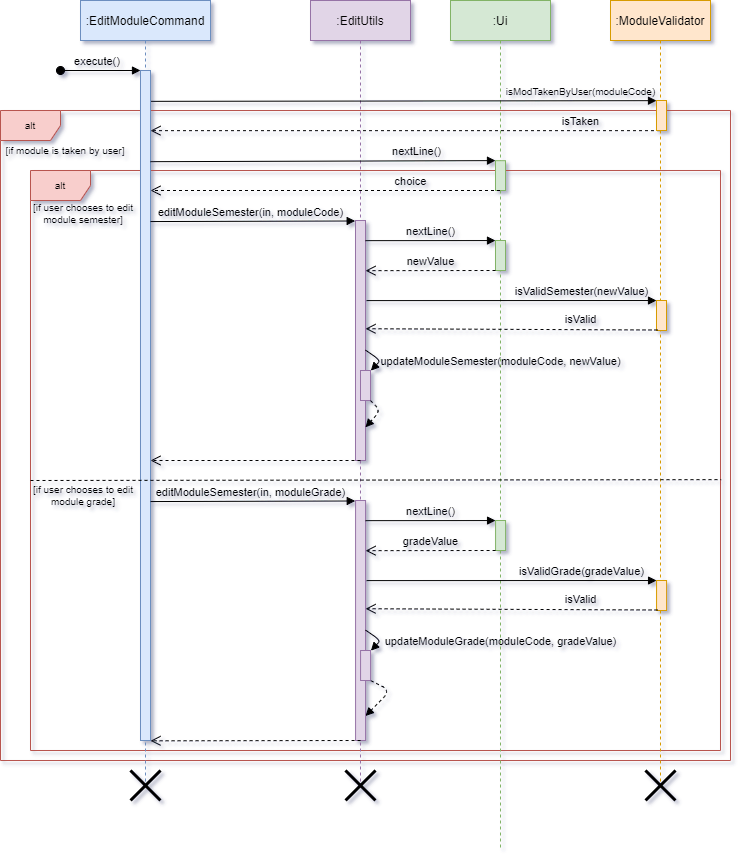
This is docs/images/DeveloperGuide/editModuleCommand_sequence.png from vanessa-kang/tp, a draw.io export, as it was before one commit. Source tidied: cells renumbered, new cells last; positions are measured from the earlier drawing's top-left corner, leaving out a move shared by most shapes. Its diagram source:
```xml
<mxGraphModel shadow="1">
  <root>
    <mxCell id="0" />
    <mxCell id="1" parent="0" />
    <mxCell id="2" value="alt" style="shape=umlFrame;whiteSpace=wrap;html=1;strokeWidth=1;fontSize=10;fillColor=#f8cecc;strokeColor=#b85450;" parent="1" vertex="1">
      <mxGeometry y="110" width="730" height="650" as="geometry" />
    </mxCell>
    <mxCell id="3" value="alt" style="shape=umlFrame;whiteSpace=wrap;html=1;strokeWidth=1;fontSize=10;fillColor=#f8cecc;strokeColor=#b85450;" parent="1" vertex="1">
      <mxGeometry x="30" y="170" width="690" height="580" as="geometry" />
    </mxCell>
    <mxCell id="4" value=":EditModuleCommand" style="shape=umlLifeline;perimeter=lifelinePerimeter;rounded=0;shadow=0;strokeWidth=1;fillColor=#dae8fc;strokeColor=#6c8ebf;" parent="1" vertex="1">
      <mxGeometry x="80" width="130" height="790" as="geometry" />
    </mxCell>
    <mxCell id="5" style="points=[];perimeter=orthogonalPerimeter;rounded=0;shadow=0;strokeWidth=1;fillColor=#dae8fc;strokeColor=#6c8ebf;" parent="4" vertex="1">
      <mxGeometry x="60" y="70" width="10" height="670" as="geometry" />
    </mxCell>
    <mxCell id="6" value="execute()" style="verticalAlign=bottom;startArrow=oval;endArrow=block;startSize=8;shadow=0;strokeWidth=1;labelBackgroundColor=none;" parent="4" edge="1" target="5">
      <mxGeometry x="-0.08" relative="1" as="geometry">
        <mxPoint x="-20" y="70" as="sourcePoint" />
      </mxGeometry>
    </mxCell>
    <mxCell id="7" style="shape=umlDestroy;whiteSpace=wrap;html=1;strokeWidth=3;fontSize=10;" parent="4" vertex="1">
      <mxGeometry x="50" y="770" width="30" height="30" as="geometry" />
    </mxCell>
    <mxCell id="8" value=":EditUtils" style="shape=umlLifeline;perimeter=lifelinePerimeter;rounded=0;shadow=0;strokeWidth=1;fillColor=#e1d5e7;strokeColor=#9673a6;" parent="1" vertex="1">
      <mxGeometry x="310" width="100" height="790" as="geometry" />
    </mxCell>
    <mxCell id="9" style="points=[];perimeter=orthogonalPerimeter;rounded=0;shadow=0;strokeWidth=1;fillColor=#e1d5e7;strokeColor=#9673a6;" parent="8" vertex="1">
      <mxGeometry x="45" y="220" width="10" height="240" as="geometry" />
    </mxCell>
    <mxCell id="10" style="shape=umlDestroy;whiteSpace=wrap;html=1;strokeWidth=3;fontSize=10;" parent="8" vertex="1">
      <mxGeometry x="35" y="770" width="30" height="30" as="geometry" />
    </mxCell>
    <mxCell id="11" value=":Ui" style="shape=umlLifeline;perimeter=lifelinePerimeter;rounded=0;shadow=0;strokeWidth=1;fillColor=#d5e8d4;strokeColor=#82b366;" parent="1" vertex="1">
      <mxGeometry x="450" width="100" height="850" as="geometry" />
    </mxCell>
    <mxCell id="12" style="points=[];perimeter=orthogonalPerimeter;rounded=0;shadow=0;strokeWidth=1;fillColor=#d5e8d4;strokeColor=#82b366;" parent="11" vertex="1">
      <mxGeometry x="45" y="160.2" width="10" height="29.8" as="geometry" />
    </mxCell>
    <mxCell id="13" style="points=[];perimeter=orthogonalPerimeter;rounded=0;shadow=0;strokeWidth=1;fillColor=#d5e8d4;strokeColor=#82b366;" parent="11" vertex="1">
      <mxGeometry x="45" y="240" width="10" height="30" as="geometry" />
    </mxCell>
    <mxCell id="14" value=":ModuleValidator" style="shape=umlLifeline;perimeter=lifelinePerimeter;rounded=0;shadow=0;strokeWidth=1;fillColor=#ffe6cc;strokeColor=#d79b00;" parent="1" vertex="1">
      <mxGeometry x="610" width="100" height="790" as="geometry" />
    </mxCell>
    <mxCell id="15" style="points=[];perimeter=orthogonalPerimeter;rounded=0;shadow=0;strokeWidth=1;fillColor=#ffe6cc;strokeColor=#d79b00;" parent="14" vertex="1">
      <mxGeometry x="46" y="300" width="10" height="30" as="geometry" />
    </mxCell>
    <mxCell id="16" style="points=[];perimeter=orthogonalPerimeter;rounded=0;shadow=0;strokeWidth=1;fillColor=#e1d5e7;strokeColor=#9673a6;" parent="14" vertex="1">
      <mxGeometry x="-254.9" y="500" width="10" height="240" as="geometry" />
    </mxCell>
    <mxCell id="17" style="points=[];perimeter=orthogonalPerimeter;rounded=0;shadow=0;strokeWidth=1;fillColor=#d5e8d4;strokeColor=#82b366;" parent="14" vertex="1">
      <mxGeometry x="-114.9" y="520" width="10" height="30" as="geometry" />
    </mxCell>
    <mxCell id="18" value="nextLine()" style="html=1;verticalAlign=bottom;endArrow=block;entryX=0;entryY=0.002;entryDx=0;entryDy=0;entryPerimeter=0;exitX=1;exitY=0.084;exitDx=0;exitDy=0;exitPerimeter=0;labelBackgroundColor=none;" parent="14" edge="1" source="16" target="17">
      <mxGeometry relative="1" as="geometry" />
    </mxCell>
    <mxCell id="19" style="points=[];perimeter=orthogonalPerimeter;rounded=0;shadow=0;strokeWidth=1;fillColor=#ffe6cc;strokeColor=#d79b00;" parent="14" vertex="1">
      <mxGeometry x="46.1" y="580" width="10" height="30" as="geometry" />
    </mxCell>
    <mxCell id="20" value="editModuleSemester(in, moduleGrade)" style="html=1;verticalAlign=bottom;endArrow=block;entryX=-0.033;entryY=0.002;entryDx=0;entryDy=0;entryPerimeter=0;labelBackgroundColor=none;" parent="14" edge="1" target="16">
      <mxGeometry x="-0.02" relative="1" as="geometry">
        <mxPoint x="-459.9" y="501.1" as="sourcePoint" />
      </mxGeometry>
    </mxCell>
    <mxCell id="21" value="isValid" style="verticalAlign=bottom;endArrow=open;dashed=1;endSize=8;html=1;entryX=1;entryY=0.451;entryDx=0;entryDy=0;entryPerimeter=0;labelBackgroundColor=none;" parent="14" edge="1" target="16">
      <mxGeometry x="-0.47" y="-1" relative="1" as="geometry">
        <mxPoint x="47.1" y="609.5" as="sourcePoint" />
      </mxGeometry>
    </mxCell>
    <mxCell id="22" value="isValidGrade(gradeValue)" style="html=1;verticalAlign=bottom;endArrow=block;entryX=0;entryY=0.001;entryDx=0;entryDy=0;entryPerimeter=0;exitX=0.497;exitY=0.443;exitDx=0;exitDy=0;exitPerimeter=0;labelBackgroundColor=none;" parent="14" edge="1" target="19">
      <mxGeometry x="0.48" relative="1" as="geometry">
        <mxPoint x="-243.9" y="580.1" as="sourcePoint" />
      </mxGeometry>
    </mxCell>
    <mxCell id="23" value="gradeValue" style="verticalAlign=bottom;endArrow=open;dashed=1;endSize=8;html=1;entryX=1;entryY=0.209;entryDx=0;entryDy=0;entryPerimeter=0;labelBackgroundColor=none;" parent="14" edge="1" target="16">
      <mxGeometry relative="1" as="geometry">
        <mxPoint x="-114.9" y="550" as="sourcePoint" />
      </mxGeometry>
    </mxCell>
    <mxCell id="24" style="points=[];perimeter=orthogonalPerimeter;rounded=0;shadow=0;strokeWidth=1;fillColor=#e1d5e7;strokeColor=#9673a6;" parent="14" vertex="1">
      <mxGeometry x="-249.9" y="650" width="10" height="30" as="geometry" />
    </mxCell>
    <mxCell id="25" value="updateModuleGrade(moduleCode, gradeValue)" style="html=1;verticalAlign=bottom;endArrow=block;entryX=1.033;entryY=0.006;entryDx=0;entryDy=0;entryPerimeter=0;exitX=1;exitY=0.54;exitDx=0;exitDy=0;exitPerimeter=0;labelBackgroundColor=none;" parent="14" edge="1" source="16" target="24">
      <mxGeometry x="0.13" y="120" relative="1" as="geometry">
        <Array as="points">
          <mxPoint x="-229.9" y="640" />
        </Array>
        <mxPoint x="33" y="-72" as="offset" />
      </mxGeometry>
    </mxCell>
    <mxCell id="26" style="verticalAlign=bottom;endArrow=open;dashed=1;endSize=8;html=1;entryX=0.993;entryY=0.697;entryDx=0;entryDy=0;entryPerimeter=0;" parent="14" edge="1">
      <mxGeometry relative="1" as="geometry">
        <mxPoint x="-249.9" y="740" as="sourcePoint" />
        <mxPoint x="-460" y="740.3" as="targetPoint" />
      </mxGeometry>
    </mxCell>
    <mxCell id="27" style="html=1;verticalAlign=bottom;endArrow=block;entryX=0.993;entryY=0.898;entryDx=0;entryDy=0;entryPerimeter=0;exitX=1.026;exitY=1.006;exitDx=0;exitDy=0;exitPerimeter=0;dashed=1;" parent="14" edge="1" source="24" target="16">
      <mxGeometry x="0.13" y="175" relative="1" as="geometry">
        <Array as="points">
          <mxPoint x="-220" y="690" />
        </Array>
        <mxPoint x="43" y="-81" as="offset" />
      </mxGeometry>
    </mxCell>
    <mxCell id="28" style="shape=umlDestroy;whiteSpace=wrap;html=1;strokeWidth=3;fontSize=10;" parent="14" vertex="1">
      <mxGeometry x="35" y="770" width="30" height="30" as="geometry" />
    </mxCell>
    <mxCell id="29" value="isModTakenByUser(moduleCode)" style="html=1;verticalAlign=bottom;endArrow=block;entryX=0;entryY=0.006;entryDx=0;entryDy=0;entryPerimeter=0;fontSize=10;labelBackgroundColor=none;" parent="1" edge="1" target="34">
      <mxGeometry x="0.7" relative="1" as="geometry">
        <mxPoint x="150.7" y="100.8" as="sourcePoint" />
      </mxGeometry>
    </mxCell>
    <mxCell id="30" value="isTaken" style="html=1;verticalAlign=bottom;endArrow=open;dashed=1;endSize=8;entryX=1.033;entryY=0.411;entryDx=0;entryDy=0;entryPerimeter=0;labelBackgroundColor=none;" parent="1" edge="1" source="14">
      <mxGeometry x="-0.69" relative="1" as="geometry">
        <mxPoint x="150" y="130.2" as="targetPoint" />
      </mxGeometry>
    </mxCell>
    <mxCell id="31" value="nextLine()" style="html=1;verticalAlign=bottom;endArrow=block;entryX=0;entryY=-0.002;entryDx=0;entryDy=0;entryPerimeter=0;labelBackgroundColor=none;" parent="1" edge="1" target="12">
      <mxGeometry x="0.54" relative="1" as="geometry">
        <mxPoint x="150" y="161.2" as="sourcePoint" />
      </mxGeometry>
    </mxCell>
    <mxCell id="32" value="choice" style="html=1;verticalAlign=bottom;endArrow=open;dashed=1;endSize=8;labelBackgroundColor=none;" parent="1" edge="1" source="11">
      <mxGeometry x="-0.48" relative="1" as="geometry">
        <mxPoint x="150" y="190" as="targetPoint" />
      </mxGeometry>
    </mxCell>
    <mxCell id="33" value="editModuleSemester(in, moduleCode)" style="html=1;verticalAlign=bottom;endArrow=block;entryX=-0.033;entryY=0.002;entryDx=0;entryDy=0;entryPerimeter=0;labelBackgroundColor=none;" parent="1" edge="1" target="9">
      <mxGeometry x="-0.02" relative="1" as="geometry">
        <mxPoint x="150" y="221.1" as="sourcePoint" />
      </mxGeometry>
    </mxCell>
    <mxCell id="34" style="points=[];perimeter=orthogonalPerimeter;rounded=0;shadow=0;strokeWidth=1;fillColor=#ffe6cc;strokeColor=#d79b00;" parent="1" vertex="1">
      <mxGeometry x="656" y="100" width="10" height="30" as="geometry" />
    </mxCell>
    <mxCell id="35" value="isValid" style="verticalAlign=bottom;endArrow=open;dashed=1;endSize=8;html=1;entryX=1;entryY=0.451;entryDx=0;entryDy=0;entryPerimeter=0;labelBackgroundColor=none;" parent="1" edge="1" target="9">
      <mxGeometry x="-0.47" y="-1" relative="1" as="geometry">
        <mxPoint x="657" y="329.5" as="sourcePoint" />
      </mxGeometry>
    </mxCell>
    <mxCell id="36" value="isValidSemester(newValue)" style="html=1;verticalAlign=bottom;endArrow=block;entryX=0;entryY=0.001;entryDx=0;entryDy=0;entryPerimeter=0;exitX=0.497;exitY=0.443;exitDx=0;exitDy=0;exitPerimeter=0;labelBackgroundColor=none;" parent="1" edge="1" target="15">
      <mxGeometry x="0.48" relative="1" as="geometry">
        <mxPoint x="366" y="300.1" as="sourcePoint" />
      </mxGeometry>
    </mxCell>
    <mxCell id="37" value="nextLine()" style="html=1;verticalAlign=bottom;endArrow=block;entryX=0;entryY=0.002;entryDx=0;entryDy=0;entryPerimeter=0;exitX=1;exitY=0.084;exitDx=0;exitDy=0;exitPerimeter=0;labelBackgroundColor=none;" parent="1" edge="1" source="9" target="13">
      <mxGeometry relative="1" as="geometry" />
    </mxCell>
    <mxCell id="38" value="newValue" style="verticalAlign=bottom;endArrow=open;dashed=1;endSize=8;html=1;entryX=1;entryY=0.209;entryDx=0;entryDy=0;entryPerimeter=0;labelBackgroundColor=none;" parent="1" edge="1" target="9">
      <mxGeometry relative="1" as="geometry">
        <mxPoint x="495" y="270" as="sourcePoint" />
      </mxGeometry>
    </mxCell>
    <mxCell id="39" style="points=[];perimeter=orthogonalPerimeter;rounded=0;shadow=0;strokeWidth=1;fillColor=#e1d5e7;strokeColor=#9673a6;" parent="1" vertex="1">
      <mxGeometry x="360" y="370" width="10" height="30" as="geometry" />
    </mxCell>
    <mxCell id="40" value="updateModuleSemester(moduleCode, newValue)" style="html=1;verticalAlign=bottom;endArrow=block;entryX=1.033;entryY=0.006;entryDx=0;entryDy=0;entryPerimeter=0;exitX=1;exitY=0.54;exitDx=0;exitDy=0;exitPerimeter=0;labelBackgroundColor=none;" parent="1" edge="1" source="9" target="39">
      <mxGeometry x="0.13" y="120" relative="1" as="geometry">
        <Array as="points">
          <mxPoint x="380" y="360" />
        </Array>
        <mxPoint x="33" y="-72" as="offset" />
      </mxGeometry>
    </mxCell>
    <mxCell id="41" style="html=1;verticalAlign=bottom;endArrow=block;entryX=0.994;entryY=0.862;entryDx=0;entryDy=0;entryPerimeter=0;exitX=1;exitY=0.084;exitDx=0;exitDy=0;exitPerimeter=0;dashed=1;" parent="1" edge="1" target="9">
      <mxGeometry x="-0.23" y="32" relative="1" as="geometry">
        <mxPoint x="370" y="400.1" as="sourcePoint" />
        <Array as="points">
          <mxPoint x="380" y="410" />
        </Array>
        <mxPoint x="6" y="-11" as="offset" />
      </mxGeometry>
    </mxCell>
    <mxCell id="42" style="verticalAlign=bottom;endArrow=open;dashed=1;endSize=8;html=1;" parent="1" edge="1" target="5">
      <mxGeometry relative="1" as="geometry">
        <mxPoint x="360" y="460" as="sourcePoint" />
      </mxGeometry>
    </mxCell>
    <mxCell id="43" value="[if module is taken by user]" style="text;html=1;strokeColor=none;fillColor=none;align=center;verticalAlign=middle;whiteSpace=wrap;rounded=0;fontSize=10;" parent="1" vertex="1">
      <mxGeometry y="140" width="130" height="20" as="geometry" />
    </mxCell>
    <mxCell id="44" style="endArrow=none;dashed=1;html=1;fontSize=10;entryX=1.001;entryY=0.533;entryDx=0;entryDy=0;entryPerimeter=0;" parent="1" edge="1" target="3">
      <mxGeometry relative="1" as="geometry">
        <mxPoint x="30" y="480" as="sourcePoint" />
      </mxGeometry>
    </mxCell>
    <mxCell id="45" value="[if user chooses to edit module semester]" style="text;html=1;strokeColor=none;fillColor=none;align=center;verticalAlign=middle;whiteSpace=wrap;rounded=0;fontSize=10;" parent="1" vertex="1">
      <mxGeometry x="23" y="203" width="120" height="20" as="geometry" />
    </mxCell>
    <mxCell id="46" value="[if user chooses to edit module grade]" style="text;html=1;strokeColor=none;fillColor=none;align=center;verticalAlign=middle;whiteSpace=wrap;rounded=0;fontSize=10;" parent="1" vertex="1">
      <mxGeometry x="23" y="485" width="120" height="20" as="geometry" />
    </mxCell>
  </root>
</mxGraphModel>
```
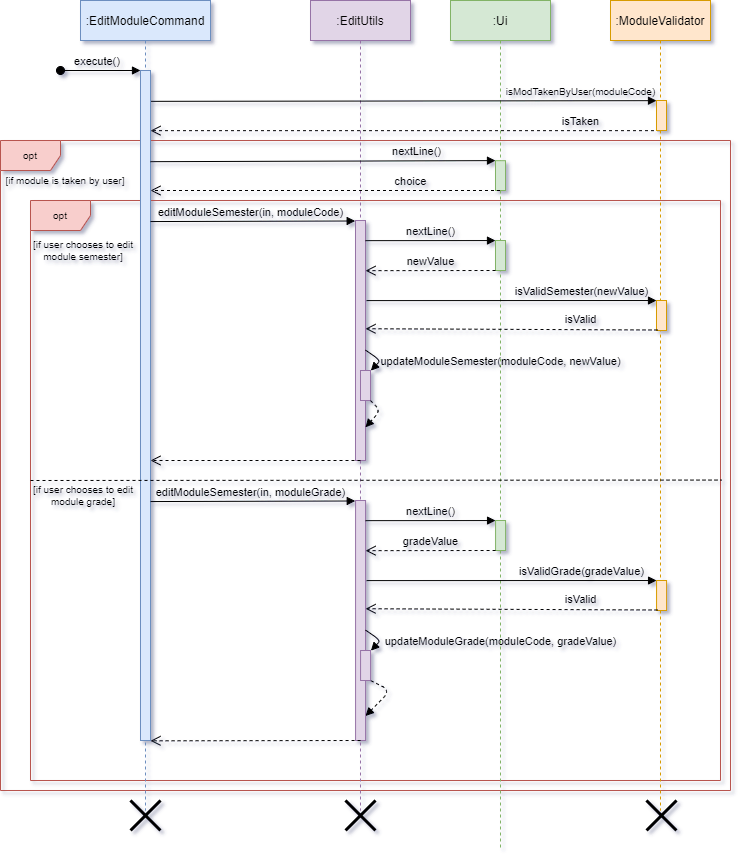
The same file after the commit.

Commit message:
Made amendments to the diagrams in DG

Change to the diagram source:
```diff
@@ -2,14 +2,14 @@
   <root>
     <mxCell id="0" />
     <mxCell id="1" parent="0" />
-    <mxCell id="2" value="alt" style="shape=umlFrame;whiteSpace=wrap;html=1;strokeWidth=1;fontSize=10;fillColor=#f8cecc;strokeColor=#b85450;" parent="1" vertex="1">
-      <mxGeometry y="110" width="730" height="650" as="geometry" />
+    <mxCell id="2" value="opt" style="shape=umlFrame;whiteSpace=wrap;html=1;strokeWidth=1;fontSize=10;fillColor=#f8cecc;strokeColor=#b85450;" parent="1" vertex="1">
+      <mxGeometry y="140" width="730" height="650" as="geometry" />
     </mxCell>
-    <mxCell id="3" value="alt" style="shape=umlFrame;whiteSpace=wrap;html=1;strokeWidth=1;fontSize=10;fillColor=#f8cecc;strokeColor=#b85450;" parent="1" vertex="1">
-      <mxGeometry x="30" y="170" width="690" height="580" as="geometry" />
+    <mxCell id="3" value="opt" style="shape=umlFrame;whiteSpace=wrap;html=1;strokeWidth=1;fontSize=10;fillColor=#f8cecc;strokeColor=#b85450;" parent="1" vertex="1">
+      <mxGeometry x="30" y="200" width="690" height="580" as="geometry" />
     </mxCell>
     <mxCell id="4" value=":EditModuleCommand" style="shape=umlLifeline;perimeter=lifelinePerimeter;rounded=0;shadow=0;strokeWidth=1;fillColor=#dae8fc;strokeColor=#6c8ebf;" parent="1" vertex="1">
-      <mxGeometry x="80" width="130" height="790" as="geometry" />
+      <mxGeometry x="80" width="130" height="810" as="geometry" />
     </mxCell>
     <mxCell id="5" style="points=[];perimeter=orthogonalPerimeter;rounded=0;shadow=0;strokeWidth=1;fillColor=#dae8fc;strokeColor=#6c8ebf;" parent="4" vertex="1">
       <mxGeometry x="60" y="70" width="10" height="670" as="geometry" />
@@ -19,18 +19,12 @@
         <mxPoint x="-20" y="70" as="sourcePoint" />
       </mxGeometry>
     </mxCell>
-    <mxCell id="7" style="shape=umlDestroy;whiteSpace=wrap;html=1;strokeWidth=3;fontSize=10;" parent="4" vertex="1">
-      <mxGeometry x="50" y="770" width="30" height="30" as="geometry" />
-    </mxCell>
     <mxCell id="8" value=":EditUtils" style="shape=umlLifeline;perimeter=lifelinePerimeter;rounded=0;shadow=0;strokeWidth=1;fillColor=#e1d5e7;strokeColor=#9673a6;" parent="1" vertex="1">
-      <mxGeometry x="310" width="100" height="790" as="geometry" />
+      <mxGeometry x="310" width="100" height="810" as="geometry" />
     </mxCell>
     <mxCell id="9" style="points=[];perimeter=orthogonalPerimeter;rounded=0;shadow=0;strokeWidth=1;fillColor=#e1d5e7;strokeColor=#9673a6;" parent="8" vertex="1">
       <mxGeometry x="45" y="220" width="10" height="240" as="geometry" />
     </mxCell>
-    <mxCell id="10" style="shape=umlDestroy;whiteSpace=wrap;html=1;strokeWidth=3;fontSize=10;" parent="8" vertex="1">
-      <mxGeometry x="35" y="770" width="30" height="30" as="geometry" />
-    </mxCell>
     <mxCell id="11" value=":Ui" style="shape=umlLifeline;perimeter=lifelinePerimeter;rounded=0;shadow=0;strokeWidth=1;fillColor=#d5e8d4;strokeColor=#82b366;" parent="1" vertex="1">
       <mxGeometry x="450" width="100" height="850" as="geometry" />
     </mxCell>
@@ -41,7 +35,7 @@
       <mxGeometry x="45" y="240" width="10" height="30" as="geometry" />
     </mxCell>
     <mxCell id="14" value=":ModuleValidator" style="shape=umlLifeline;perimeter=lifelinePerimeter;rounded=0;shadow=0;strokeWidth=1;fillColor=#ffe6cc;strokeColor=#d79b00;" parent="1" vertex="1">
-      <mxGeometry x="610" width="100" height="790" as="geometry" />
+      <mxGeometry x="610" width="100" height="810" as="geometry" />
     </mxCell>
     <mxCell id="15" style="points=[];perimeter=orthogonalPerimeter;rounded=0;shadow=0;strokeWidth=1;fillColor=#ffe6cc;strokeColor=#d79b00;" parent="14" vertex="1">
       <mxGeometry x="46" y="300" width="10" height="30" as="geometry" />
@@ -103,9 +97,6 @@
         <mxPoint x="43" y="-81" as="offset" />
       </mxGeometry>
     </mxCell>
-    <mxCell id="28" style="shape=umlDestroy;whiteSpace=wrap;html=1;strokeWidth=3;fontSize=10;" parent="14" vertex="1">
-      <mxGeometry x="35" y="770" width="30" height="30" as="geometry" />
-    </mxCell>
     <mxCell id="29" value="isModTakenByUser(moduleCode)" style="html=1;verticalAlign=bottom;endArrow=block;entryX=0;entryY=0.006;entryDx=0;entryDy=0;entryPerimeter=0;fontSize=10;labelBackgroundColor=none;" parent="1" edge="1" target="34">
       <mxGeometry x="0.7" relative="1" as="geometry">
         <mxPoint x="150.7" y="100.8" as="sourcePoint" />
@@ -178,18 +169,27 @@
       </mxGeometry>
     </mxCell>
     <mxCell id="43" value="[if module is taken by user]" style="text;html=1;strokeColor=none;fillColor=none;align=center;verticalAlign=middle;whiteSpace=wrap;rounded=0;fontSize=10;" parent="1" vertex="1">
-      <mxGeometry y="140" width="130" height="20" as="geometry" />
+      <mxGeometry y="170" width="130" height="20" as="geometry" />
     </mxCell>
-    <mxCell id="44" style="endArrow=none;dashed=1;html=1;fontSize=10;entryX=1.001;entryY=0.533;entryDx=0;entryDy=0;entryPerimeter=0;" parent="1" edge="1" target="3">
+    <mxCell id="44" style="endArrow=none;dashed=1;html=1;fontSize=10;entryX=1.002;entryY=0.482;entryDx=0;entryDy=0;entryPerimeter=0;" parent="1" edge="1" target="3">
       <mxGeometry relative="1" as="geometry">
         <mxPoint x="30" y="480" as="sourcePoint" />
       </mxGeometry>
     </mxCell>
     <mxCell id="45" value="[if user chooses to edit module semester]" style="text;html=1;strokeColor=none;fillColor=none;align=center;verticalAlign=middle;whiteSpace=wrap;rounded=0;fontSize=10;" parent="1" vertex="1">
-      <mxGeometry x="23" y="203" width="120" height="20" as="geometry" />
+      <mxGeometry x="23" y="240" width="120" height="20" as="geometry" />
     </mxCell>
     <mxCell id="46" value="[if user chooses to edit module grade]" style="text;html=1;strokeColor=none;fillColor=none;align=center;verticalAlign=middle;whiteSpace=wrap;rounded=0;fontSize=10;" parent="1" vertex="1">
       <mxGeometry x="23" y="485" width="120" height="20" as="geometry" />
     </mxCell>
+    <mxCell id="7" style="shape=umlDestroy;whiteSpace=wrap;html=1;strokeWidth=3;fontSize=10;" parent="1" vertex="1">
+      <mxGeometry x="130" y="800" width="30" height="30" as="geometry" />
+    </mxCell>
+    <mxCell id="10" style="shape=umlDestroy;whiteSpace=wrap;html=1;strokeWidth=3;fontSize=10;" parent="1" vertex="1">
+      <mxGeometry x="345" y="800" width="30" height="30" as="geometry" />
+    </mxCell>
+    <mxCell id="28" style="shape=umlDestroy;whiteSpace=wrap;html=1;strokeWidth=3;fontSize=10;" parent="1" vertex="1">
+      <mxGeometry x="646" y="800" width="30" height="30" as="geometry" />
+    </mxCell>
   </root>
 </mxGraphModel>
```
